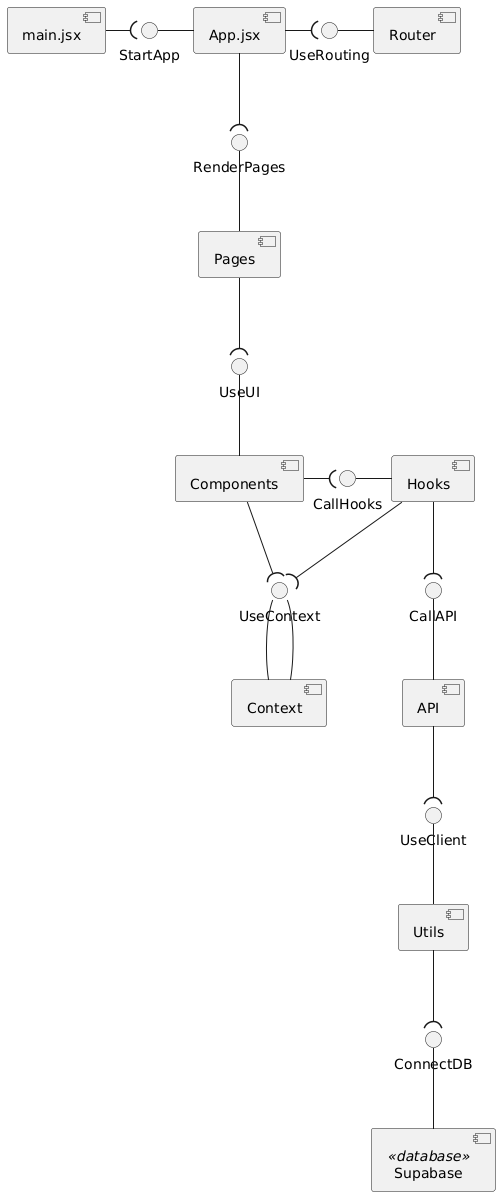
froggyriia/MakeYourChoice keeps this PlantUML diagram as docs/architecture/static-view/component-diagram.png. Above is the earlier version. Its diagram source:
```plantuml
@startuml
[main.jsx]
[App.jsx]
[Router]
[Pages]
[Components]
[Hooks]
[Context]
[API]
[Utils]
[Supabase] <<database>>


[main.jsx] -right-( StartApp
[App.jsx] -left- StartApp

[App.jsx] -right-( UseRouting
[Router] -left- UseRouting

[App.jsx] -down-( RenderPages
[Pages] -up- RenderPages

[Pages] -down-( UseUI
[Components] -up- UseUI

[Components] -right-( CallHooks
[Hooks] -left- CallHooks

[Components] -down-( UseContext
[Context] -up- UseContext

[Hooks] -right-( UseContext
[Context] -left- UseContext

[Hooks] -down-( CallAPI
[API] -up- CallAPI

[API] -down-( UseClient
[Utils] -up- UseClient

[Utils] -down-( ConnectDB
[Supabase] -up- ConnectDB
@enduml
```
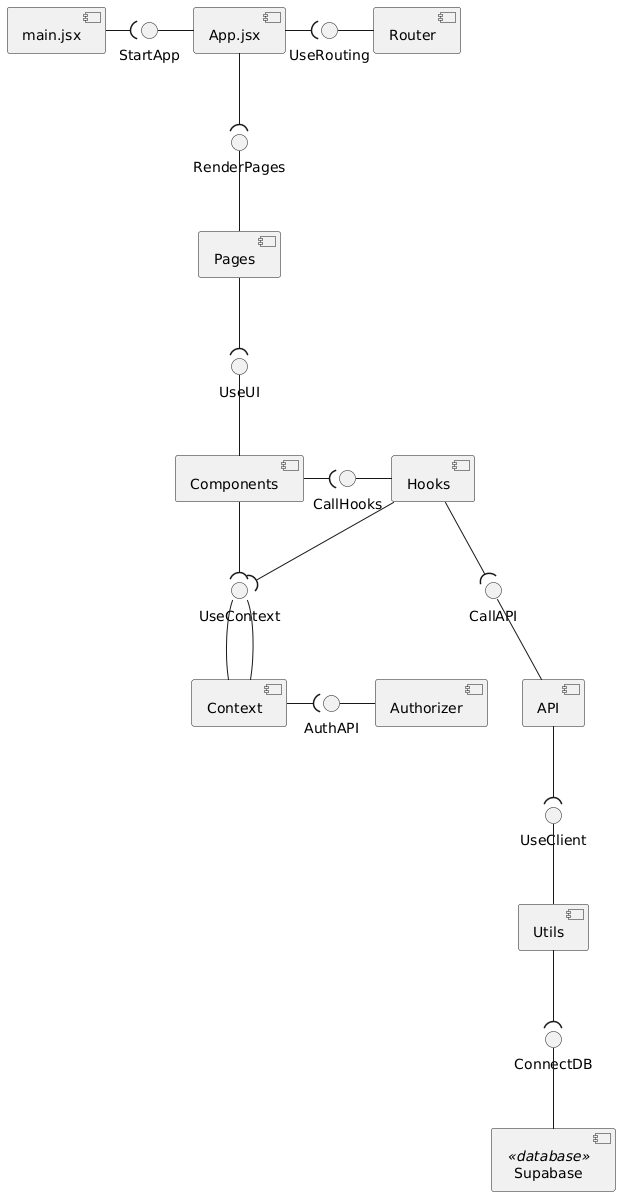
After the commit.

Commit message:
docs (architecture): added deployment-view section into README.md

Change to the diagram source:
```diff
@@ -9,7 +9,7 @@
 [API]
 [Utils]
 [Supabase] <<database>>
-
+[Authorizer]
 
 [main.jsx] -right-( StartApp
 [App.jsx] -left- StartApp
@@ -32,6 +32,9 @@
 [Hooks] -right-( UseContext
 [Context] -left- UseContext
 
+[Context] -right-( AuthAPI
+[Authorizer] -left- AuthAPI
+
 [Hooks] -down-( CallAPI
 [API] -up- CallAPI
 
```
